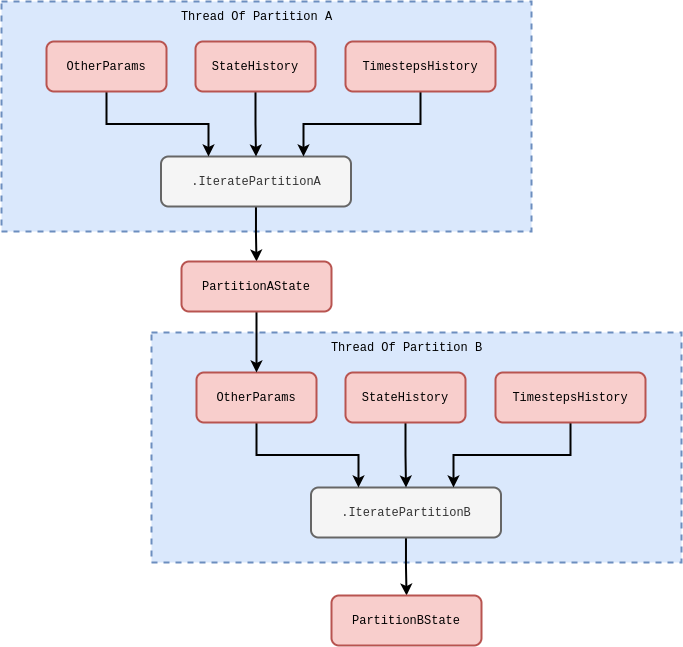
The draw.io diagram assets/stochadexI/stochadexI-stochadex-parallel-serial.drawio.png in umbralcalc/umbralcalc.github.io, before a commit. Source tidied: cells renumbered, new cells last; positions are measured from the earlier drawing's top-left corner, leaving out a move shared by most shapes. Its diagram source:
```xml
<mxGraphModel>
  <root>
    <mxCell id="0" />
    <mxCell id="1" parent="0" />
    <mxCell id="2" style="rounded=0;whiteSpace=wrap;html=1;dashed=1;strokeWidth=2;fillColor=#dae8fc;strokeColor=#6c8ebf;" parent="1" vertex="1">
      <mxGeometry x="150" y="331" width="530" height="230" as="geometry" />
    </mxCell>
    <mxCell id="3" style="edgeStyle=orthogonalEdgeStyle;rounded=0;jettySize=auto;html=1;strokeWidth=2;" parent="1" edge="1" source="4" target="8">
      <mxGeometry relative="1" as="geometry" />
    </mxCell>
    <mxCell id="4" value="&lt;font face=&quot;Courier New&quot;&gt;.IteratePartitionB&lt;/font&gt;" style="rounded=1;whiteSpace=wrap;html=1;strokeWidth=2;fillColor=#f5f5f5;fontColor=#333333;strokeColor=#666666;" parent="1" vertex="1">
      <mxGeometry x="309.5" y="486" width="190" height="50" as="geometry" />
    </mxCell>
    <mxCell id="5" style="edgeStyle=orthogonalEdgeStyle;rounded=0;jettySize=auto;html=1;entryX=0.25;entryY=0;entryDx=0;entryDy=0;strokeWidth=2;" parent="1" edge="1" source="6" target="4">
      <mxGeometry relative="1" as="geometry" />
    </mxCell>
    <mxCell id="6" value="&lt;font face=&quot;Courier New&quot;&gt;OtherParams&lt;/font&gt;" style="rounded=1;whiteSpace=wrap;html=1;strokeWidth=2;fillColor=#f8cecc;strokeColor=#b85450;" parent="1" vertex="1">
      <mxGeometry x="195" y="371" width="120" height="50" as="geometry" />
    </mxCell>
    <mxCell id="7" style="edgeStyle=orthogonalEdgeStyle;rounded=0;jettySize=auto;html=1;strokeWidth=2;exitX=0.5;exitY=1;exitDx=0;exitDy=0;" parent="1" edge="1" source="18" target="6">
      <mxGeometry relative="1" as="geometry" />
    </mxCell>
    <mxCell id="8" value="&lt;font face=&quot;Courier New&quot;&gt;PartitionBState&lt;/font&gt;" style="rounded=1;whiteSpace=wrap;html=1;strokeWidth=2;fillColor=#f8cecc;strokeColor=#b85450;" parent="1" vertex="1">
      <mxGeometry x="330" y="594" width="150" height="50" as="geometry" />
    </mxCell>
    <mxCell id="9" style="edgeStyle=orthogonalEdgeStyle;rounded=0;jettySize=auto;html=1;entryX=0.5;entryY=0;entryDx=0;entryDy=0;strokeWidth=2;" parent="1" edge="1" source="10" target="4">
      <mxGeometry relative="1" as="geometry" />
    </mxCell>
    <mxCell id="10" value="&lt;font face=&quot;Courier New&quot;&gt;StateHistory&lt;/font&gt;" style="rounded=1;whiteSpace=wrap;html=1;strokeWidth=2;fillColor=#f8cecc;strokeColor=#b85450;" parent="1" vertex="1">
      <mxGeometry x="344" y="371" width="120" height="50" as="geometry" />
    </mxCell>
    <mxCell id="11" style="edgeStyle=orthogonalEdgeStyle;rounded=0;jettySize=auto;html=1;entryX=0.75;entryY=0;entryDx=0;entryDy=0;strokeWidth=2;" parent="1" edge="1" source="12" target="4">
      <mxGeometry relative="1" as="geometry" />
    </mxCell>
    <mxCell id="12" value="&lt;font face=&quot;Courier New&quot;&gt;TimestepsHistory&lt;/font&gt;" style="rounded=1;whiteSpace=wrap;html=1;strokeWidth=2;fillColor=#f8cecc;strokeColor=#b85450;" parent="1" vertex="1">
      <mxGeometry x="494" y="371" width="150" height="50" as="geometry" />
    </mxCell>
    <mxCell id="13" style="rounded=0;whiteSpace=wrap;html=1;dashed=1;strokeWidth=2;fillColor=#dae8fc;strokeColor=#6c8ebf;" parent="1" vertex="1">
      <mxGeometry width="530" height="230" as="geometry" />
    </mxCell>
    <mxCell id="14" style="edgeStyle=orthogonalEdgeStyle;rounded=0;jettySize=auto;html=1;entryX=0.5;entryY=0;entryDx=0;entryDy=0;strokeWidth=2;" parent="1" edge="1" source="15" target="18">
      <mxGeometry relative="1" as="geometry" />
    </mxCell>
    <mxCell id="15" value="&lt;font face=&quot;Courier New&quot;&gt;.IteratePartitionA&lt;/font&gt;" style="rounded=1;whiteSpace=wrap;html=1;strokeWidth=2;fillColor=#f5f5f5;fontColor=#333333;strokeColor=#666666;" parent="1" vertex="1">
      <mxGeometry x="159.5" y="155" width="190" height="50" as="geometry" />
    </mxCell>
    <mxCell id="16" style="edgeStyle=orthogonalEdgeStyle;rounded=0;jettySize=auto;html=1;entryX=0.25;entryY=0;entryDx=0;entryDy=0;strokeWidth=2;" parent="1" edge="1" source="17" target="15">
      <mxGeometry relative="1" as="geometry" />
    </mxCell>
    <mxCell id="17" value="&lt;font face=&quot;Courier New&quot;&gt;OtherParams&lt;/font&gt;" style="rounded=1;whiteSpace=wrap;html=1;strokeWidth=2;fillColor=#f8cecc;strokeColor=#b85450;" parent="1" vertex="1">
      <mxGeometry x="45" y="40" width="120" height="50" as="geometry" />
    </mxCell>
    <mxCell id="18" value="&lt;font face=&quot;Courier New&quot;&gt;PartitionAState&lt;/font&gt;" style="rounded=1;whiteSpace=wrap;html=1;strokeWidth=2;fillColor=#f8cecc;strokeColor=#b85450;" parent="1" vertex="1">
      <mxGeometry x="180" y="260" width="150" height="50" as="geometry" />
    </mxCell>
    <mxCell id="19" style="edgeStyle=orthogonalEdgeStyle;rounded=0;jettySize=auto;html=1;entryX=0.5;entryY=0;entryDx=0;entryDy=0;strokeWidth=2;" parent="1" edge="1" source="20" target="15">
      <mxGeometry relative="1" as="geometry" />
    </mxCell>
    <mxCell id="20" value="&lt;font face=&quot;Courier New&quot;&gt;StateHistory&lt;/font&gt;" style="rounded=1;whiteSpace=wrap;html=1;strokeWidth=2;fillColor=#f8cecc;strokeColor=#b85450;" parent="1" vertex="1">
      <mxGeometry x="194" y="40" width="120" height="50" as="geometry" />
    </mxCell>
    <mxCell id="21" style="edgeStyle=orthogonalEdgeStyle;rounded=0;jettySize=auto;html=1;entryX=0.75;entryY=0;entryDx=0;entryDy=0;strokeWidth=2;" parent="1" edge="1" source="22" target="15">
      <mxGeometry relative="1" as="geometry" />
    </mxCell>
    <mxCell id="22" value="&lt;font face=&quot;Courier New&quot;&gt;TimestepsHistory&lt;/font&gt;" style="rounded=1;whiteSpace=wrap;html=1;strokeWidth=2;fillColor=#f8cecc;strokeColor=#b85450;" parent="1" vertex="1">
      <mxGeometry x="344" y="40" width="150" height="50" as="geometry" />
    </mxCell>
    <mxCell id="23" value="&lt;font face=&quot;Courier New&quot;&gt;Thread Of Partition A&lt;/font&gt;" style="text;html=1;strokeColor=none;fillColor=none;align=center;verticalAlign=middle;whiteSpace=wrap;rounded=0;" parent="1" vertex="1">
      <mxGeometry x="173.5" width="163" height="30" as="geometry" />
    </mxCell>
    <mxCell id="24" value="&lt;font face=&quot;Courier New&quot;&gt;Thread Of Partition B&lt;/font&gt;" style="text;html=1;strokeColor=none;fillColor=none;align=center;verticalAlign=middle;whiteSpace=wrap;rounded=0;" parent="1" vertex="1">
      <mxGeometry x="323.5" y="331" width="163" height="30" as="geometry" />
    </mxCell>
  </root>
</mxGraphModel>
```
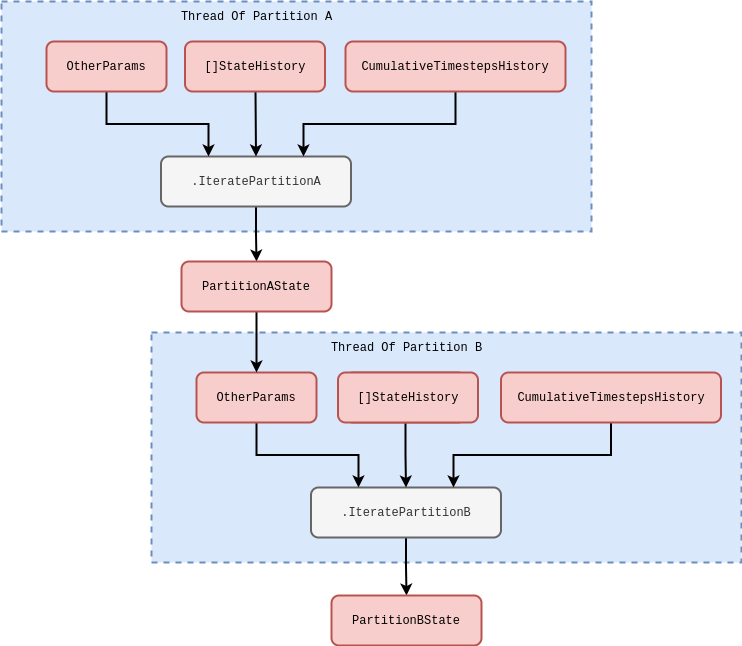
The same file after the commit.

What changed in the source:
```diff
@@ -3,7 +3,7 @@
     <mxCell id="0" />
     <mxCell id="1" parent="0" />
     <mxCell id="2" style="rounded=0;whiteSpace=wrap;html=1;dashed=1;strokeWidth=2;fillColor=#dae8fc;strokeColor=#6c8ebf;" parent="1" vertex="1">
-      <mxGeometry x="150" y="331" width="530" height="230" as="geometry" />
+      <mxGeometry x="150" y="331" width="590" height="230" as="geometry" />
     </mxCell>
     <mxCell id="3" style="edgeStyle=orthogonalEdgeStyle;rounded=0;jettySize=auto;html=1;strokeWidth=2;" parent="1" edge="1" source="4" target="8">
       <mxGeometry relative="1" as="geometry" />
@@ -29,14 +29,11 @@
     <mxCell id="10" value="&lt;font face=&quot;Courier New&quot;&gt;StateHistory&lt;/font&gt;" style="rounded=1;whiteSpace=wrap;html=1;strokeWidth=2;fillColor=#f8cecc;strokeColor=#b85450;" parent="1" vertex="1">
       <mxGeometry x="344" y="371" width="120" height="50" as="geometry" />
     </mxCell>
-    <mxCell id="11" style="edgeStyle=orthogonalEdgeStyle;rounded=0;jettySize=auto;html=1;entryX=0.75;entryY=0;entryDx=0;entryDy=0;strokeWidth=2;" parent="1" edge="1" source="12" target="4">
+    <mxCell id="11" style="edgeStyle=orthogonalEdgeStyle;rounded=0;jettySize=auto;html=1;entryX=0.75;entryY=0;entryDx=0;entryDy=0;strokeWidth=2;exitX=0.5;exitY=1;exitDx=0;exitDy=0;" parent="1" edge="1" source="27" target="4">
       <mxGeometry relative="1" as="geometry" />
     </mxCell>
-    <mxCell id="12" value="&lt;font face=&quot;Courier New&quot;&gt;TimestepsHistory&lt;/font&gt;" style="rounded=1;whiteSpace=wrap;html=1;strokeWidth=2;fillColor=#f8cecc;strokeColor=#b85450;" parent="1" vertex="1">
-      <mxGeometry x="494" y="371" width="150" height="50" as="geometry" />
-    </mxCell>
     <mxCell id="13" style="rounded=0;whiteSpace=wrap;html=1;dashed=1;strokeWidth=2;fillColor=#dae8fc;strokeColor=#6c8ebf;" parent="1" vertex="1">
-      <mxGeometry width="530" height="230" as="geometry" />
+      <mxGeometry width="590" height="230" as="geometry" />
     </mxCell>
     <mxCell id="14" style="edgeStyle=orthogonalEdgeStyle;rounded=0;jettySize=auto;html=1;entryX=0.5;entryY=0;entryDx=0;entryDy=0;strokeWidth=2;" parent="1" edge="1" source="15" target="18">
       <mxGeometry relative="1" as="geometry" />
@@ -53,23 +50,31 @@
     <mxCell id="18" value="&lt;font face=&quot;Courier New&quot;&gt;PartitionAState&lt;/font&gt;" style="rounded=1;whiteSpace=wrap;html=1;strokeWidth=2;fillColor=#f8cecc;strokeColor=#b85450;" parent="1" vertex="1">
       <mxGeometry x="180" y="260" width="150" height="50" as="geometry" />
     </mxCell>
-    <mxCell id="19" style="edgeStyle=orthogonalEdgeStyle;rounded=0;jettySize=auto;html=1;entryX=0.5;entryY=0;entryDx=0;entryDy=0;strokeWidth=2;" parent="1" edge="1" source="20" target="15">
-      <mxGeometry relative="1" as="geometry" />
+    <mxCell id="19" style="edgeStyle=orthogonalEdgeStyle;rounded=0;jettySize=auto;html=1;entryX=0.5;entryY=0;entryDx=0;entryDy=0;strokeWidth=2;" parent="1" edge="1" target="15">
+      <mxGeometry relative="1" as="geometry">
+        <mxPoint x="254" y="90" as="sourcePoint" />
+      </mxGeometry>
     </mxCell>
-    <mxCell id="20" value="&lt;font face=&quot;Courier New&quot;&gt;StateHistory&lt;/font&gt;" style="rounded=1;whiteSpace=wrap;html=1;strokeWidth=2;fillColor=#f8cecc;strokeColor=#b85450;" parent="1" vertex="1">
-      <mxGeometry x="194" y="40" width="120" height="50" as="geometry" />
-    </mxCell>
-    <mxCell id="21" style="edgeStyle=orthogonalEdgeStyle;rounded=0;jettySize=auto;html=1;entryX=0.75;entryY=0;entryDx=0;entryDy=0;strokeWidth=2;" parent="1" edge="1" source="22" target="15">
+    <mxCell id="21" style="edgeStyle=orthogonalEdgeStyle;rounded=0;jettySize=auto;html=1;entryX=0.75;entryY=0;entryDx=0;entryDy=0;strokeWidth=2;exitX=0.5;exitY=1;exitDx=0;exitDy=0;" parent="1" edge="1" source="25" target="15">
       <mxGeometry relative="1" as="geometry" />
     </mxCell>
-    <mxCell id="22" value="&lt;font face=&quot;Courier New&quot;&gt;TimestepsHistory&lt;/font&gt;" style="rounded=1;whiteSpace=wrap;html=1;strokeWidth=2;fillColor=#f8cecc;strokeColor=#b85450;" parent="1" vertex="1">
-      <mxGeometry x="344" y="40" width="150" height="50" as="geometry" />
-    </mxCell>
     <mxCell id="23" value="&lt;font face=&quot;Courier New&quot;&gt;Thread Of Partition A&lt;/font&gt;" style="text;html=1;strokeColor=none;fillColor=none;align=center;verticalAlign=middle;whiteSpace=wrap;rounded=0;" parent="1" vertex="1">
       <mxGeometry x="173.5" width="163" height="30" as="geometry" />
     </mxCell>
     <mxCell id="24" value="&lt;font face=&quot;Courier New&quot;&gt;Thread Of Partition B&lt;/font&gt;" style="text;html=1;strokeColor=none;fillColor=none;align=center;verticalAlign=middle;whiteSpace=wrap;rounded=0;" parent="1" vertex="1">
       <mxGeometry x="323.5" y="331" width="163" height="30" as="geometry" />
     </mxCell>
+    <mxCell id="25" value="&lt;font face=&quot;Courier New&quot;&gt;CumulativeTimestepsHistory&lt;/font&gt;" style="rounded=1;whiteSpace=wrap;html=1;strokeWidth=2;fillColor=#f8cecc;strokeColor=#b85450;" parent="1" vertex="1">
+      <mxGeometry x="344" y="40" width="220" height="50" as="geometry" />
+    </mxCell>
+    <mxCell id="26" value="&lt;font face=&quot;Courier New&quot;&gt;[]StateHistory&lt;/font&gt;" style="rounded=1;whiteSpace=wrap;html=1;strokeWidth=2;fillColor=#f8cecc;strokeColor=#b85450;" parent="1" vertex="1">
+      <mxGeometry x="183.5" y="40" width="140" height="50" as="geometry" />
+    </mxCell>
+    <mxCell id="27" value="&lt;font face=&quot;Courier New&quot;&gt;CumulativeTimestepsHistory&lt;/font&gt;" style="rounded=1;whiteSpace=wrap;html=1;strokeWidth=2;fillColor=#f8cecc;strokeColor=#b85450;" parent="1" vertex="1">
+      <mxGeometry x="499.5" y="371" width="220" height="50" as="geometry" />
+    </mxCell>
+    <mxCell id="28" value="&lt;font face=&quot;Courier New&quot;&gt;[]StateHistory&lt;/font&gt;" style="rounded=1;whiteSpace=wrap;html=1;strokeWidth=2;fillColor=#f8cecc;strokeColor=#b85450;" parent="1" vertex="1">
+      <mxGeometry x="336.5" y="371" width="140" height="50" as="geometry" />
+    </mxCell>
   </root>
 </mxGraphModel>
```
